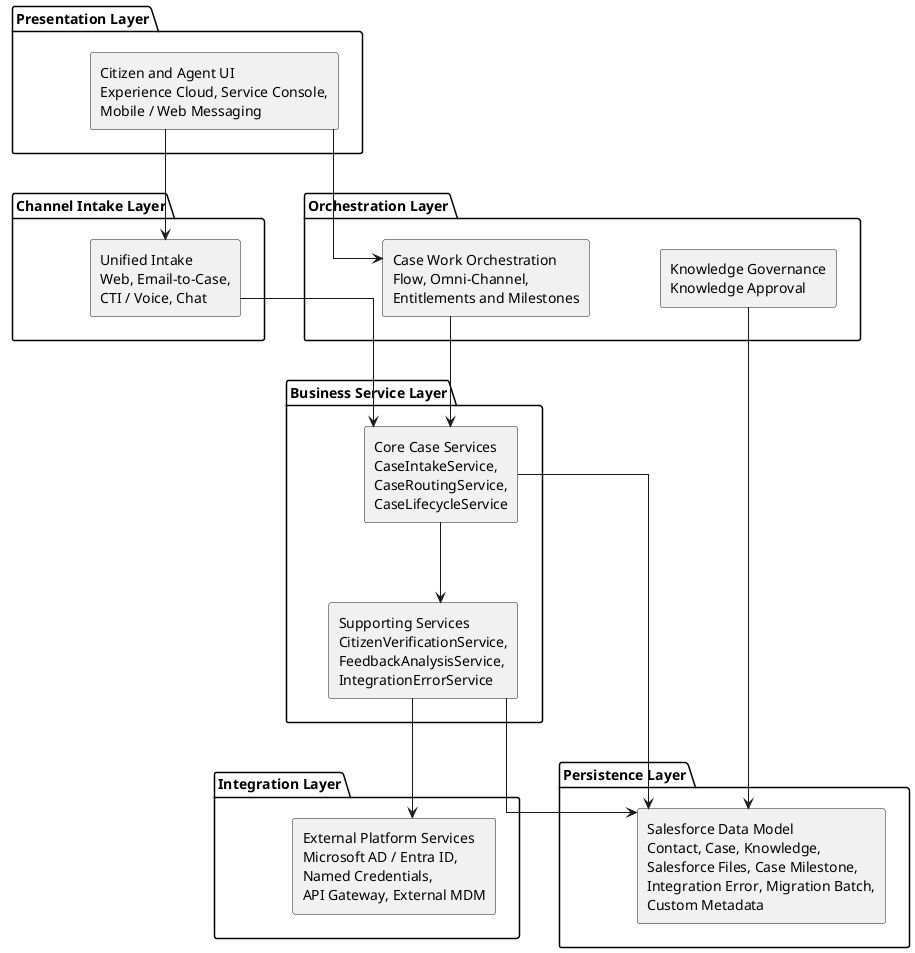
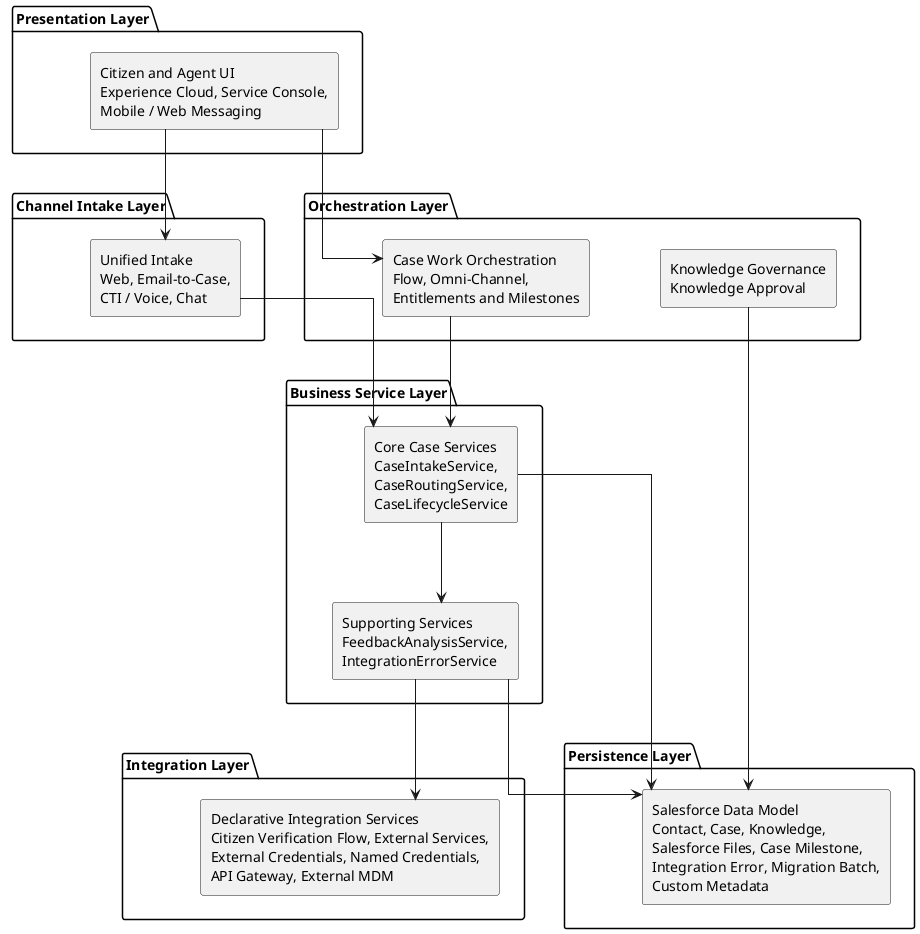
@startuml
skinparam componentStyle rectangle
skinparam linetype ortho
skinparam nodesep 70
skinparam ranksep 80

package "Presentation Layer" as PresentationLayer {
  [Citizen and Agent UI\nExperience Cloud, Service Console,\nMobile / Web Messaging] as Presentation
}

package "Channel Intake Layer" as ChannelIntakeLayer {
  [Unified Intake\nWeb, Email-to-Case,\nCTI / Voice, Chat] as UnifiedIntake
}

package "Orchestration Layer" as OrchestrationLayer {
  [Case Work Orchestration\nFlow, Omni-Channel,\nEntitlements and Milestones] as CaseWorkOrchestration
  [Knowledge Governance\nKnowledge Approval] as KnowledgeGovernance
}

package "Business Service Layer" as BusinessServiceLayer {
  [Core Case Services\nCaseIntakeService,\nCaseRoutingService,\nCaseLifecycleService] as CoreCaseServices
-   [Supporting Services\nCitizenVerificationService,\nFeedbackAnalysisService,\nIntegrationErrorService] as SupportingServices
+   [Supporting Services\nFeedbackAnalysisService,\nIntegrationErrorService] as SupportingServices
}

package "Integration Layer" as IntegrationLayer {
-   [External Platform Services\nMicrosoft AD / Entra ID,\nNamed Credentials,\nAPI Gateway, External MDM] as ExternalPlatformServices
+   [Declarative Integration Services\nCitizen Verification Flow, External Services,\nExternal Credentials, Named Credentials,\nAPI Gateway, External MDM] as ExternalPlatformServices
}

package "Persistence Layer" as PersistenceLayer {
  [Salesforce Data Model\nContact, Case, Knowledge,\nSalesforce Files, Case Milestone,\nIntegration Error, Migration Batch,\nCustom Metadata] as SalesforceDataModel
}

PresentationLayer -[hidden]right-> ChannelIntakeLayer
ChannelIntakeLayer -[hidden]right-> OrchestrationLayer
OrchestrationLayer -[hidden]right-> BusinessServiceLayer
BusinessServiceLayer -[hidden]right-> IntegrationLayer
IntegrationLayer -[hidden]right-> PersistenceLayer

Presentation --> UnifiedIntake
Presentation --> CaseWorkOrchestration
UnifiedIntake --> CoreCaseServices
CaseWorkOrchestration --> CoreCaseServices
KnowledgeGovernance --> SalesforceDataModel

CoreCaseServices --> SupportingServices
CoreCaseServices --> SalesforceDataModel
SupportingServices --> ExternalPlatformServices
SupportingServices --> SalesforceDataModel

@enduml
